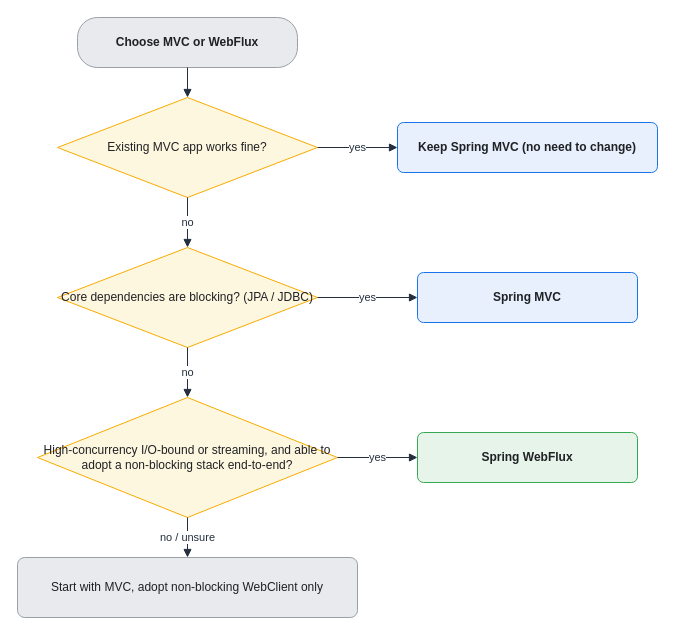
Before: assets/img/spring/spring-14-when-to-use.drawio in KKamJi98/kkamji98.github.io, a draw.io diagram. Source tidied: cells renumbered, new cells numbered last; positions are measured from the earlier drawing's top-left corner, leaving out a move shared by most shapes. Both pictures are drawn from the tidied source at 100%, with x=0, y=0 at pixel (17, 17).
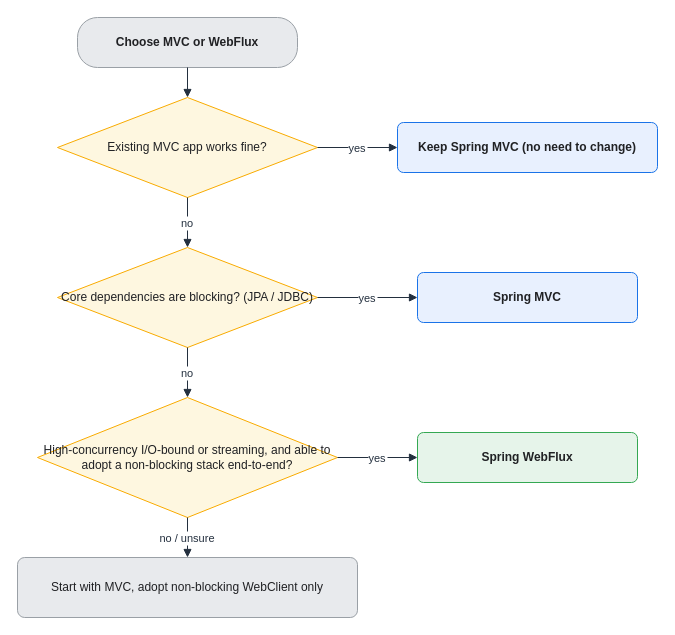
The same page after the edit.

Change to the diagram source:
```diff
@@
 <mxGraphModel background="#FFFFFF">
   <root>
     <mxCell id="0" />
     <mxCell id="1" parent="0" />
     <mxCell id="2" value="Choose MVC or WebFlux" style="rounded=1;whiteSpace=wrap;html=1;arcSize=40;shadow=0;fillColor=#E8EAED;strokeColor=#9AA0A6;fontColor=#202124;fontStyle=1;" parent="1" vertex="1">
       <mxGeometry x="60" width="220" height="50" as="geometry" />
     </mxCell>
     <mxCell id="3" value="Existing MVC app works fine?" style="rhombus;whiteSpace=wrap;html=1;shadow=0;fillColor=#FEF7E0;strokeColor=#F9AB00;fontColor=#202124;" parent="1" vertex="1">
       <mxGeometry x="40" y="80" width="260" height="100" as="geometry" />
     </mxCell>
     <mxCell id="4" value="Keep Spring MVC (no need to change)" style="rounded=1;whiteSpace=wrap;html=1;arcSize=12;shadow=0;fillColor=#E8F0FE;strokeColor=#1A73E8;fontColor=#202124;fontStyle=1;" parent="1" vertex="1">
       <mxGeometry x="380" y="105" width="260" height="50" as="geometry" />
     </mxCell>
     <mxCell id="5" value="Core dependencies are blocking? (JPA / JDBC)" style="rhombus;whiteSpace=wrap;html=1;shadow=0;fillColor=#FEF7E0;strokeColor=#F9AB00;fontColor=#202124;" parent="1" vertex="1">
       <mxGeometry x="40" y="230" width="260" height="100" as="geometry" />
     </mxCell>
     <mxCell id="6" value="Spring MVC" style="rounded=1;whiteSpace=wrap;html=1;arcSize=12;shadow=0;fillColor=#E8F0FE;strokeColor=#1A73E8;fontColor=#202124;fontStyle=1;" parent="1" vertex="1">
       <mxGeometry x="400" y="255" width="220" height="50" as="geometry" />
     </mxCell>
     <mxCell id="7" value="High-concurrency I/O-bound or streaming, and able to adopt a non-blocking stack end-to-end?" style="rhombus;whiteSpace=wrap;html=1;shadow=0;fillColor=#FEF7E0;strokeColor=#F9AB00;fontColor=#202124;" parent="1" vertex="1">
       <mxGeometry x="20" y="380" width="300" height="120" as="geometry" />
     </mxCell>
     <mxCell id="8" value="Spring WebFlux" style="rounded=1;whiteSpace=wrap;html=1;arcSize=12;shadow=0;fillColor=#E6F4EA;strokeColor=#34A853;fontColor=#202124;fontStyle=1;" parent="1" vertex="1">
       <mxGeometry x="400" y="415" width="220" height="50" as="geometry" />
     </mxCell>
     <mxCell id="9" value="Start with MVC, adopt non-blocking WebClient only" style="rounded=1;whiteSpace=wrap;html=1;arcSize=12;shadow=0;fillColor=#E8EAED;strokeColor=#9AA0A6;fontColor=#202124;" parent="1" vertex="1">
       <mxGeometry y="540" width="340" height="60" as="geometry" />
     </mxCell>
     <mxCell id="10" style="edgeStyle=orthogonalEdgeStyle;rounded=1;html=1;endArrow=block;strokeColor=#232F3E;fontColor=#232F3E;labelBackgroundColor=#FFFFFF;" parent="1" edge="1" source="2" target="3">
       <mxGeometry relative="1" as="geometry" />
     </mxCell>
-    <mxCell id="11" value="yes" style="edgeStyle=orthogonalEdgeStyle;rounded=1;html=1;endArrow=block;strokeColor=#232F3E;fontColor=#232F3E;labelBackgroundColor=#FFFFFF;" parent="1" edge="1" source="3" target="4">
+    <mxCell id="11" value="yes" style="edgeStyle=orthogonalEdgeStyle;rounded=1;html=0;endArrow=block;strokeColor=#232F3E;fontColor=#232F3E;labelBackgroundColor=#FFFFFF;" parent="1" edge="1" source="3" target="4">
       <mxGeometry relative="1" as="geometry" />
     </mxCell>
-    <mxCell id="12" value="no" style="edgeStyle=orthogonalEdgeStyle;rounded=1;html=1;endArrow=block;strokeColor=#232F3E;fontColor=#232F3E;labelBackgroundColor=#FFFFFF;" parent="1" edge="1" source="3" target="5">
+    <mxCell id="12" value="no" style="edgeStyle=orthogonalEdgeStyle;rounded=1;html=0;endArrow=block;strokeColor=#232F3E;fontColor=#232F3E;labelBackgroundColor=#FFFFFF;" parent="1" edge="1" source="3" target="5">
       <mxGeometry relative="1" as="geometry" />
     </mxCell>
-    <mxCell id="13" value="yes" style="edgeStyle=orthogonalEdgeStyle;rounded=1;html=1;endArrow=block;strokeColor=#232F3E;fontColor=#232F3E;labelBackgroundColor=#FFFFFF;" parent="1" edge="1" source="5" target="6">
+    <mxCell id="13" value="yes" style="edgeStyle=orthogonalEdgeStyle;rounded=1;html=0;endArrow=block;strokeColor=#232F3E;fontColor=#232F3E;labelBackgroundColor=#FFFFFF;" parent="1" edge="1" source="5" target="6">
       <mxGeometry relative="1" as="geometry" />
     </mxCell>
-    <mxCell id="14" value="no" style="edgeStyle=orthogonalEdgeStyle;rounded=1;html=1;endArrow=block;strokeColor=#232F3E;fontColor=#232F3E;labelBackgroundColor=#FFFFFF;" parent="1" edge="1" source="5" target="7">
+    <mxCell id="14" value="no" style="edgeStyle=orthogonalEdgeStyle;rounded=1;html=0;endArrow=block;strokeColor=#232F3E;fontColor=#232F3E;labelBackgroundColor=#FFFFFF;" parent="1" edge="1" source="5" target="7">
       <mxGeometry relative="1" as="geometry" />
     </mxCell>
-    <mxCell id="15" value="yes" style="edgeStyle=orthogonalEdgeStyle;rounded=1;html=1;endArrow=block;strokeColor=#232F3E;fontColor=#232F3E;labelBackgroundColor=#FFFFFF;" parent="1" edge="1" source="7" target="8">
+    <mxCell id="15" value="yes" style="edgeStyle=orthogonalEdgeStyle;rounded=1;html=0;endArrow=block;strokeColor=#232F3E;fontColor=#232F3E;labelBackgroundColor=#FFFFFF;" parent="1" edge="1" source="7" target="8">
       <mxGeometry relative="1" as="geometry" />
     </mxCell>
-    <mxCell id="16" value="no / unsure" style="edgeStyle=orthogonalEdgeStyle;rounded=1;html=1;endArrow=block;strokeColor=#232F3E;fontColor=#232F3E;labelBackgroundColor=#FFFFFF;" parent="1" edge="1" source="7" target="9">
+    <mxCell id="16" value="no / unsure" style="edgeStyle=orthogonalEdgeStyle;rounded=1;html=0;endArrow=block;strokeColor=#232F3E;fontColor=#232F3E;labelBackgroundColor=#FFFFFF;" parent="1" edge="1" source="7" target="9">
       <mxGeometry relative="1" as="geometry" />
     </mxCell>
   </root>
 </mxGraphModel>
```
